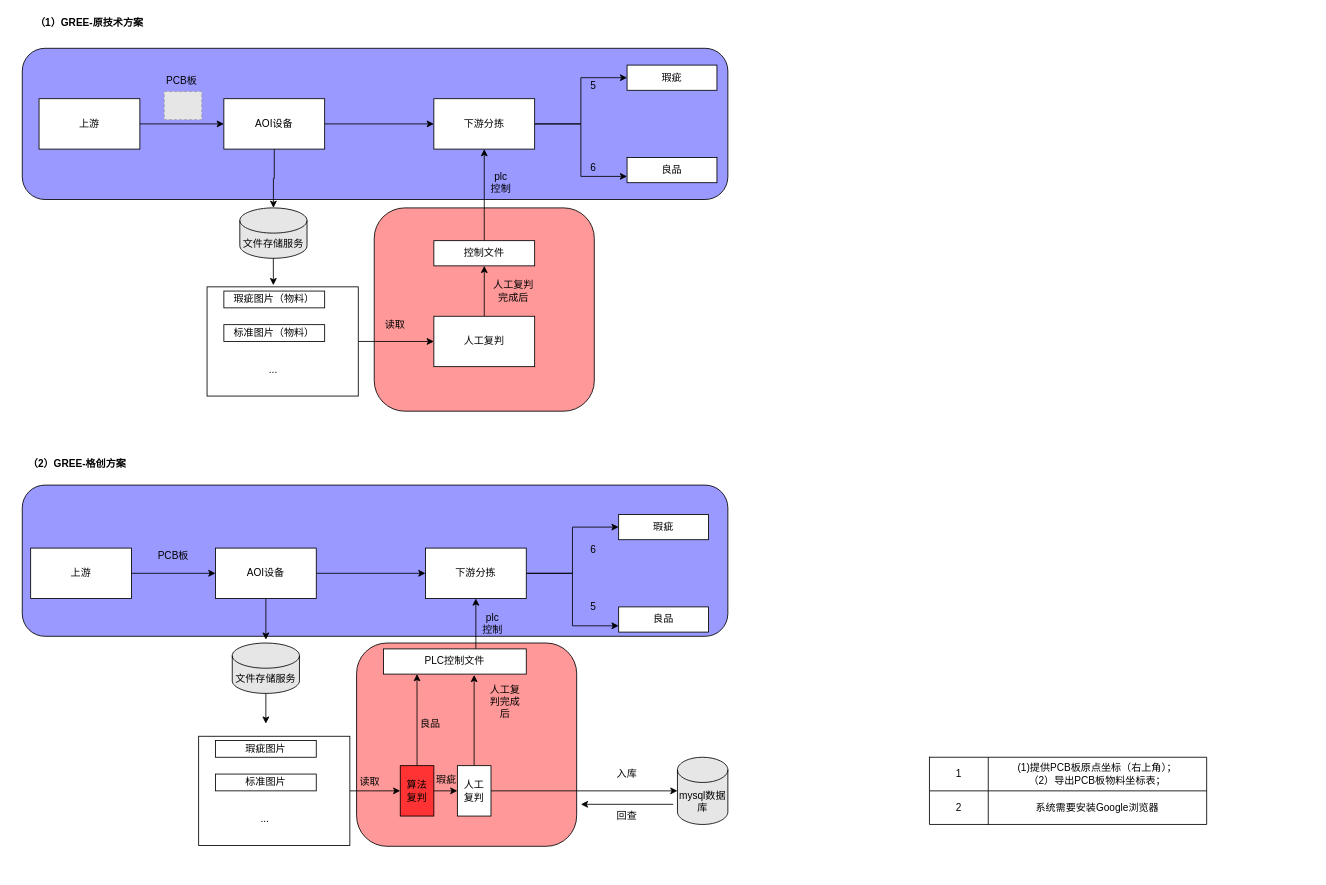
This is page "gree-pregress" (7 of 7) of Untitled Diagram.drawio from zfengli89/aas, a draw.io file, before an edit. Source tidied: cells renumbered, new cells numbered last; positions are measured from the earlier drawing's top-left corner, leaving out a move shared by most shapes. Both pictures are drawn from the tidied source at 84%, with x=0, y=0 at pixel (14, 14). Pictures stored in the file or linked from it are replaced by grey dashed boxes.
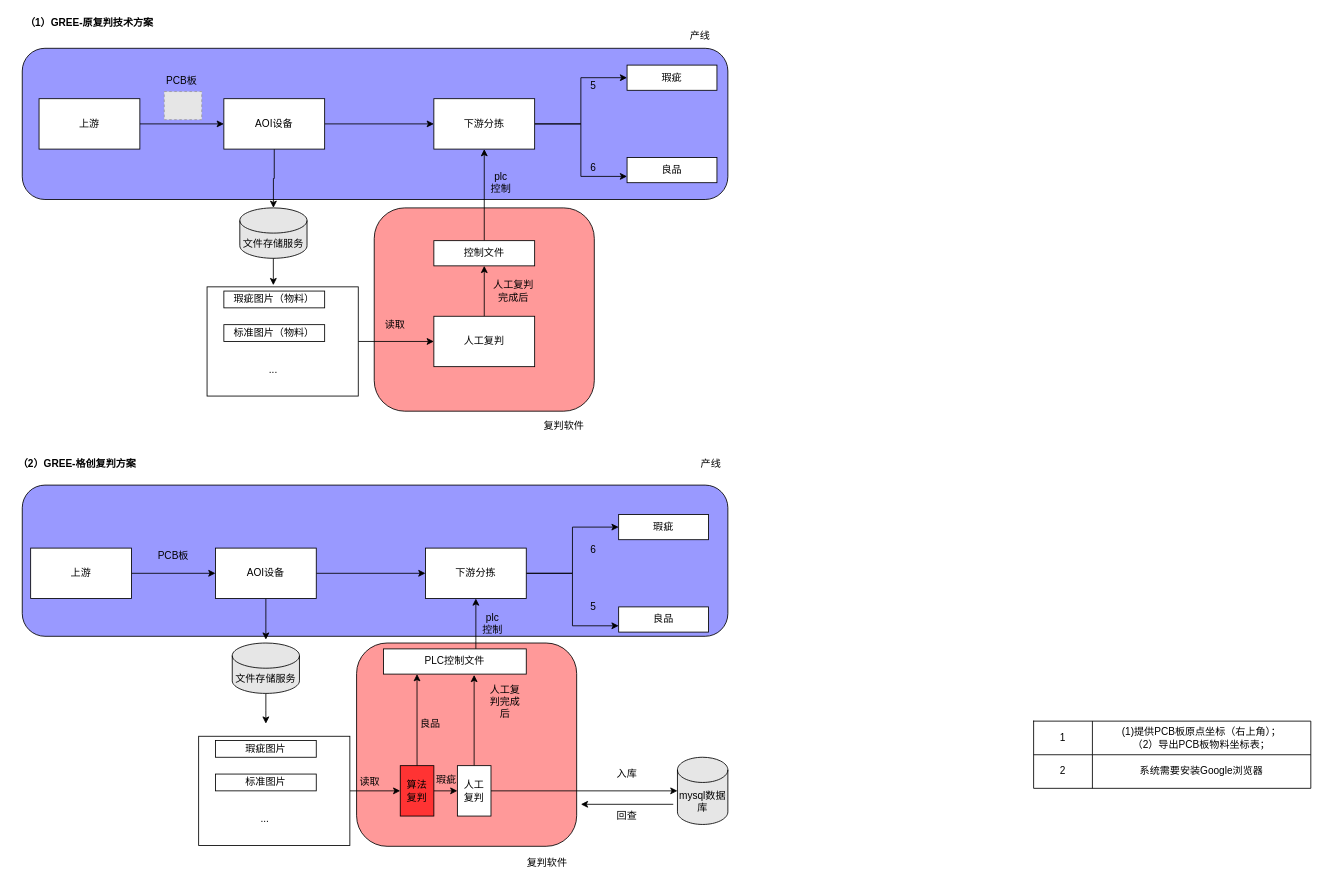
Above is the later version.

Change to the diagram source:
```diff
@@
-    <mxCell id="67" value="&lt;b&gt;（1）GREE-原技术方案&lt;/b&gt;" style="text;html=1;strokeColor=none;fillColor=none;align=center;verticalAlign=middle;whiteSpace=wrap;rounded=0;" parent="1" vertex="1">
+    <mxCell id="67" value="&lt;b&gt;（1）GREE-原复判技术方案&lt;/b&gt;" style="text;html=1;strokeColor=none;fillColor=none;align=center;verticalAlign=middle;whiteSpace=wrap;rounded=0;" parent="1" vertex="1">
       <mxGeometry x="9" width="160" height="20" as="geometry" />
     </mxCell>
-    <mxCell id="68" value="&lt;b&gt;（2）GREE-格创方案&lt;/b&gt;" style="text;html=1;strokeColor=none;fillColor=none;align=center;verticalAlign=middle;whiteSpace=wrap;rounded=0;" parent="1" vertex="1">
+    <mxCell id="68" value="&lt;b&gt;（2）GREE-格创复判方案&lt;/b&gt;" style="text;html=1;strokeColor=none;fillColor=none;align=center;verticalAlign=middle;whiteSpace=wrap;rounded=0;" parent="1" vertex="1">
       <mxGeometry y="525" width="149" height="20" as="geometry" />
     </mxCell>
@@
     <mxCell id="73" style="shape=table;html=1;whiteSpace=wrap;startSize=0;childLayout=tableLayout;" parent="1" vertex="1">
-      <mxGeometry x="1089" y="884" width="330" height="80" as="geometry" />
+      <mxGeometry x="1213" y="841" width="330" height="80" as="geometry" />
     </mxCell>
@@
+    <mxCell id="80" value="产线" style="text;html=1;strokeColor=none;fillColor=none;align=center;verticalAlign=middle;whiteSpace=wrap;rounded=0;" parent="1" vertex="1">
+      <mxGeometry x="796" y="16" width="40" height="20" as="geometry" />
+    </mxCell>
+    <mxCell id="81" value="复判软件" style="text;html=1;strokeColor=none;fillColor=none;align=center;verticalAlign=middle;whiteSpace=wrap;rounded=0;" parent="1" vertex="1">
+      <mxGeometry x="619" y="480" width="70" height="20" as="geometry" />
+    </mxCell>
+    <mxCell id="82" value="复判软件" style="text;html=1;strokeColor=none;fillColor=none;align=center;verticalAlign=middle;whiteSpace=wrap;rounded=0;" parent="1" vertex="1">
+      <mxGeometry x="599" y="1000" width="70" height="20" as="geometry" />
+    </mxCell>
+    <mxCell id="83" value="产线" style="text;html=1;strokeColor=none;fillColor=none;align=center;verticalAlign=middle;whiteSpace=wrap;rounded=0;" parent="1" vertex="1">
+      <mxGeometry x="809" y="525" width="40" height="20" as="geometry" />
+    </mxCell>
```
